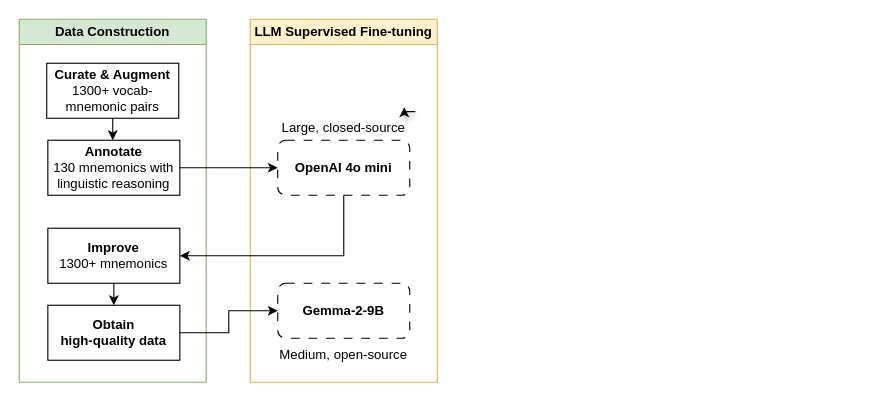
Before: writeup/Untitled Diagram.drawio in chiffonng/mnemonic-gen, a draw.io diagram. Source tidied: cells renumbered, new cells numbered last; positions are measured from the earlier drawing's top-left corner, leaving out a move shared by most shapes. Both pictures are drawn from the tidied source at 110%, with x=0, y=0 at pixel (19, 19).
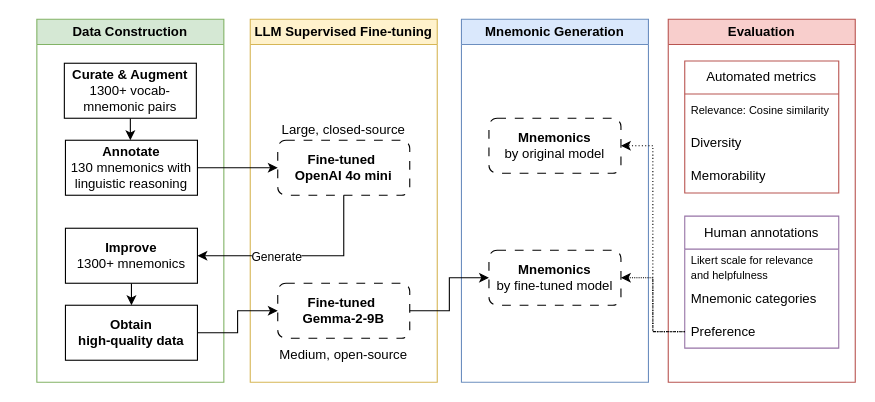
Above is the later version.

Unchanged cells that the change refers to:
```xml
<mxCell id="9" value="LLM Supervised Fine-tuning" style="swimlane;whiteSpace=wrap;html=1;startSize=23;fillColor=#fff2cc;strokeColor=#d6b656;" parent="1" vertex="1">
  <mxGeometry x="210" width="170" height="330" as="geometry" />
</mxCell>
<mxCell id="16" style="edgeStyle=orthogonalEdgeStyle;rounded=0;jettySize=auto;html=1;entryX=1;entryY=0.5;entryDx=0;entryDy=0;exitX=0.5;exitY=1;exitDx=0;exitDy=0;" parent="1" edge="1" source="10" target="7">
  <mxGeometry relative="1" as="geometry" />
</mxCell>
```

Change to the diagram source:
```diff
@@
     <mxCell id="2" value="Data Construction" style="swimlane;whiteSpace=wrap;html=1;startSize=23;fillColor=#d5e8d4;strokeColor=#82b366;" parent="1" vertex="1">
-      <mxGeometry width="170" height="330" as="geometry" />
+      <mxGeometry x="16" width="170" height="330" as="geometry" />
     </mxCell>
@@
-    <mxCell id="10" value="&lt;b&gt;OpenAI 4o mini&lt;/b&gt;" style="rounded=1;whiteSpace=wrap;html=1;gradientColor=none;fillStyle=dots;fillColor=none;dashed=1;dashPattern=8 8;" parent="9" vertex="1">
+    <mxCell id="10" value="&lt;b&gt;Fine-tuned&amp;nbsp;&lt;/b&gt;&lt;div&gt;&lt;b&gt;OpenAI 4o mini&lt;/b&gt;&lt;/div&gt;" style="rounded=1;whiteSpace=wrap;html=1;gradientColor=none;fillStyle=dots;fillColor=none;dashed=1;dashPattern=8 8;" parent="9" vertex="1">
       <mxGeometry x="25" y="110" width="120" height="50" as="geometry" />
     </mxCell>
-    <mxCell id="11" value="&lt;b&gt;Gemma-2-9B&lt;/b&gt;" style="rounded=1;whiteSpace=wrap;html=1;gradientColor=none;fillStyle=dots;fillColor=none;dashed=1;dashPattern=8 8;" parent="9" vertex="1">
+    <mxCell id="11" value="&lt;b&gt;Fine-tuned&amp;nbsp;&lt;/b&gt;&lt;div&gt;&lt;b&gt;Gemma-2-9B&lt;/b&gt;&lt;/div&gt;" style="rounded=1;whiteSpace=wrap;html=1;gradientColor=none;fillStyle=dots;fillColor=none;dashed=1;dashPattern=8 8;" parent="9" vertex="1">
       <mxGeometry x="25" y="240" width="120" height="50" as="geometry" />
     </mxCell>
-    <mxCell id="12" style="edgeStyle=orthogonalEdgeStyle;rounded=0;jettySize=auto;html=1;exitX=1;exitY=0;exitDx=0;exitDy=0;flowAnimation=1;shadow=1;" parent="9" edge="1" source="13">
-      <mxGeometry relative="1" as="geometry">
-        <mxPoint x="140" y="80" as="targetPoint" />
-      </mxGeometry>
-    </mxCell>
     <mxCell id="13" value="Large, closed-source" style="text;html=1;align=center;verticalAlign=middle;whiteSpace=wrap;rounded=0;" parent="9" vertex="1">
-      <mxGeometry x="20" y="84" width="130" height="30" as="geometry" />
+      <mxGeometry x="20" y="86" width="130" height="30" as="geometry" />
     </mxCell>
@@
+    <mxCell id="18" value="Generate" style="edgeLabel;html=1;align=center;verticalAlign=middle;" parent="16" vertex="1">
+      <mxGeometry x="0.24" relative="1" as="geometry" />
+    </mxCell>
@@
+    <mxCell id="19" value="Mnemonic Generation" style="swimlane;whiteSpace=wrap;html=1;startSize=23;fillColor=#dae8fc;strokeColor=#6c8ebf;" parent="1" vertex="1">
+      <mxGeometry x="402" width="170" height="330" as="geometry" />
+    </mxCell>
+    <mxCell id="20" value="&lt;b&gt;Mnemonics&lt;/b&gt;&lt;div&gt;by fine-tuned model&lt;/div&gt;" style="rounded=1;whiteSpace=wrap;html=1;gradientColor=none;fillStyle=dots;fillColor=none;dashed=1;dashPattern=8 8;" parent="19" vertex="1">
+      <mxGeometry x="25" y="210" width="120" height="50" as="geometry" />
+    </mxCell>
+    <mxCell id="21" value="&lt;b&gt;Mnemonics&lt;/b&gt;&lt;div&gt;by original model&lt;/div&gt;" style="rounded=1;whiteSpace=wrap;html=1;gradientColor=none;fillStyle=dots;fillColor=none;dashed=1;dashPattern=8 8;" parent="19" vertex="1">
+      <mxGeometry x="25" y="90" width="120" height="50" as="geometry" />
+    </mxCell>
+    <mxCell id="22" style="edgeStyle=orthogonalEdgeStyle;rounded=0;jettySize=auto;html=1;entryX=0;entryY=0.5;entryDx=0;entryDy=0;" parent="1" edge="1" source="11" target="20">
+      <mxGeometry relative="1" as="geometry" />
+    </mxCell>
+    <mxCell id="23" value="Evaluation" style="swimlane;whiteSpace=wrap;html=1;startSize=23;fillColor=#f8cecc;strokeColor=#b85450;" parent="1" vertex="1">
+      <mxGeometry x="590" width="170" height="330" as="geometry" />
+    </mxCell>
+    <mxCell id="24" value="Automated metrics" style="swimlane;fontStyle=0;horizontal=1;startSize=30;whiteSpace=wrap;html=1;fillColor=none;strokeColor=#b85450;" parent="23" vertex="1">
+      <mxGeometry x="15" y="38" width="140" height="120" as="geometry" />
+    </mxCell>
+    <mxCell id="25" value="&lt;font style=&quot;font-size: 10px;&quot;&gt;Relevance: Cosine similarity&lt;/font&gt;" style="text;strokeColor=none;fillColor=none;align=left;verticalAlign=middle;spacingLeft=4;spacingRight=4;overflow=hidden;whiteSpace=wrap;html=1;" parent="24" vertex="1">
+      <mxGeometry y="30" width="140" height="30" as="geometry" />
+    </mxCell>
+    <mxCell id="26" value="Diversity" style="text;strokeColor=none;fillColor=none;align=left;verticalAlign=middle;spacingLeft=4;spacingRight=4;overflow=hidden;whiteSpace=wrap;html=1;" parent="24" vertex="1">
+      <mxGeometry y="60" width="140" height="30" as="geometry" />
+    </mxCell>
+    <mxCell id="27" value="Memorability" style="text;strokeColor=none;fillColor=none;align=left;verticalAlign=middle;spacingLeft=4;spacingRight=4;overflow=hidden;whiteSpace=wrap;html=1;" parent="24" vertex="1">
+      <mxGeometry y="90" width="140" height="30" as="geometry" />
+    </mxCell>
+    <mxCell id="28" value="Human annotations" style="swimlane;fontStyle=0;horizontal=1;startSize=30;whiteSpace=wrap;html=1;fillColor=none;strokeColor=#9673a6;" parent="23" vertex="1">
+      <mxGeometry x="15" y="179" width="140" height="120" as="geometry" />
+    </mxCell>
+    <mxCell id="29" value="&lt;font style=&quot;font-size: 10px;&quot;&gt;Likert scale for relevance and helpfulness&lt;/font&gt;" style="text;strokeColor=none;fillColor=none;align=left;verticalAlign=middle;spacingLeft=4;spacingRight=4;overflow=hidden;whiteSpace=wrap;html=1;" parent="28" vertex="1">
+      <mxGeometry y="30" width="140" height="30" as="geometry" />
+    </mxCell>
+    <mxCell id="30" value="Mnemonic categories" style="text;strokeColor=none;fillColor=none;align=left;verticalAlign=middle;spacingLeft=4;spacingRight=4;overflow=hidden;whiteSpace=wrap;html=1;" parent="28" vertex="1">
+      <mxGeometry y="60" width="140" height="30" as="geometry" />
+    </mxCell>
+    <mxCell id="31" value="Preference" style="text;strokeColor=none;fillColor=none;align=left;verticalAlign=middle;spacingLeft=4;spacingRight=4;overflow=hidden;points=[[0,0.5],[1,0.5]];portConstraint=eastwest;whiteSpace=wrap;html=1;" parent="28" vertex="1">
+      <mxGeometry y="90" width="140" height="30" as="geometry" />
+    </mxCell>
+    <mxCell id="32" style="edgeStyle=orthogonalEdgeStyle;rounded=0;jettySize=auto;html=1;entryX=1;entryY=0.5;entryDx=0;entryDy=0;dashed=1;dashPattern=1 2;" parent="1" edge="1" source="31" target="21">
+      <mxGeometry relative="1" as="geometry" />
+    </mxCell>
+    <mxCell id="33" style="edgeStyle=orthogonalEdgeStyle;rounded=0;jettySize=auto;html=1;entryX=1;entryY=0.5;entryDx=0;entryDy=0;dashed=1;dashPattern=1 1;" parent="1" edge="1" source="31" target="20">
+      <mxGeometry relative="1" as="geometry" />
+    </mxCell>
```
